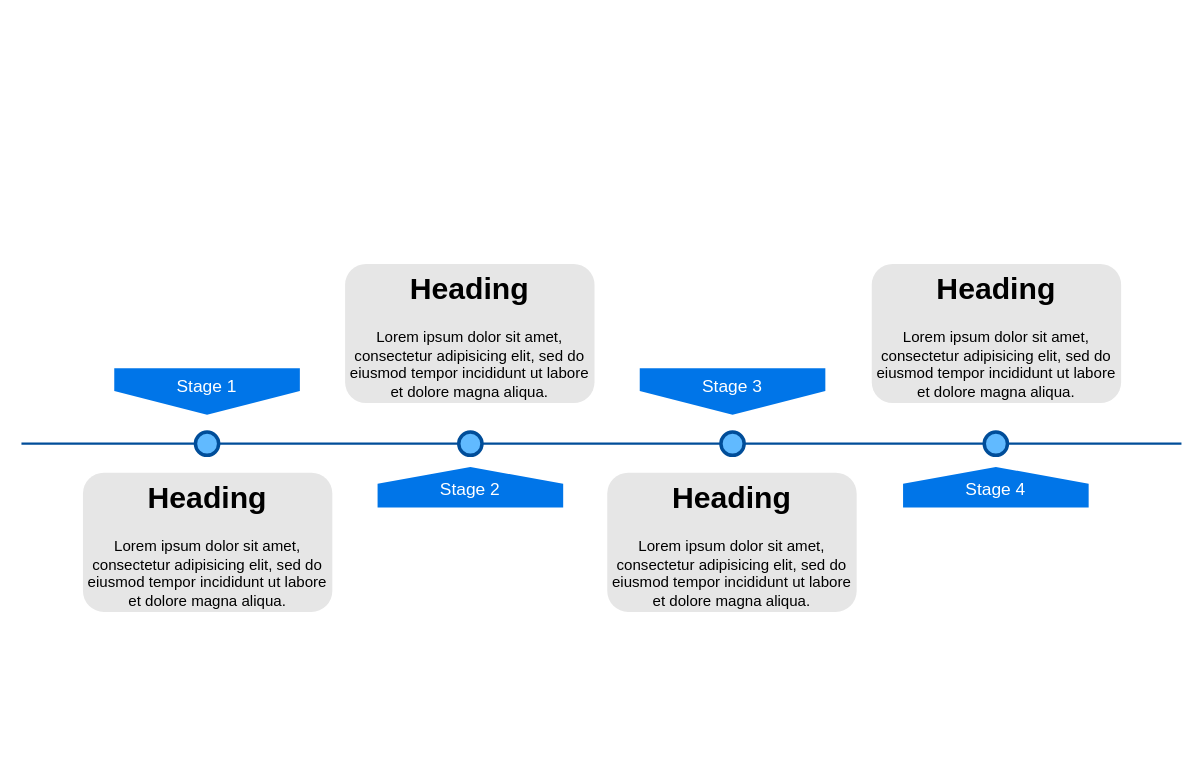
Before: Untitled Diagram.drawio in bilalbenma/codingGame, a draw.io diagram. Source tidied: cells renumbered, new cells numbered last; positions are measured from the earlier drawing's top-left corner, leaving out a move shared by most shapes. Both pictures are drawn from the tidied source at 116%, with x=0, y=0 at pixel (21, 263).
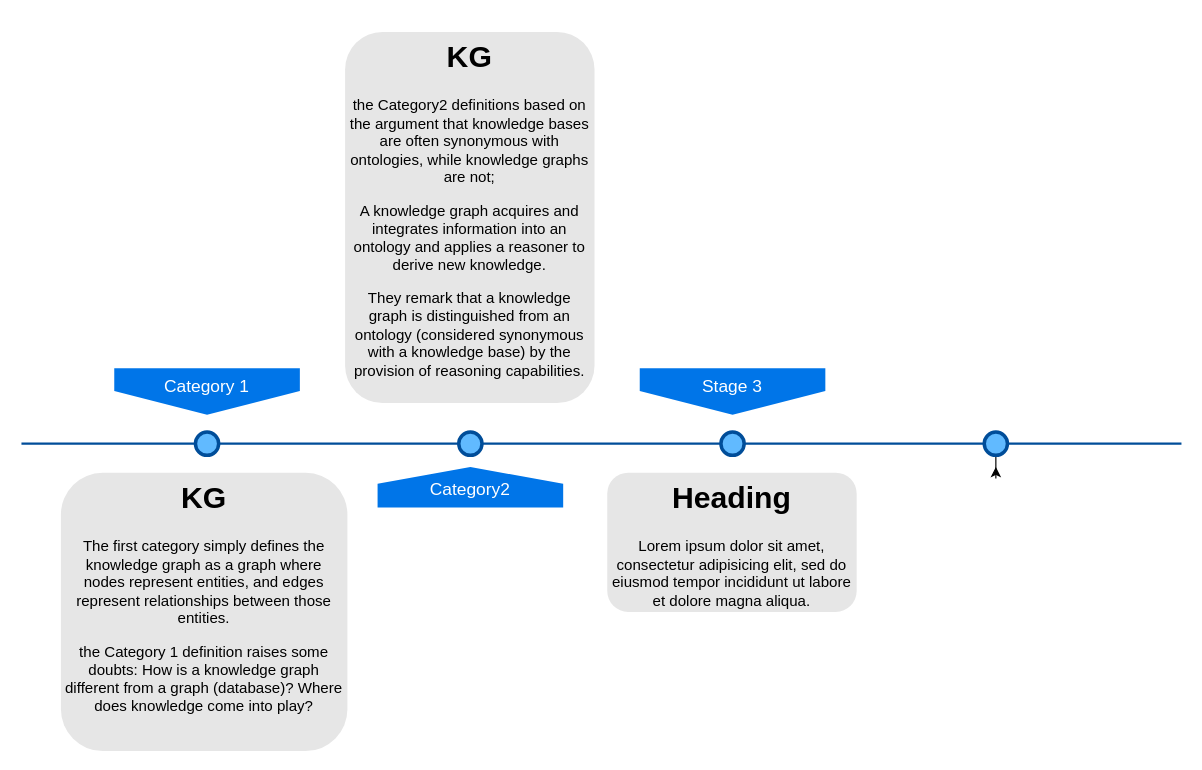
After the change.

The edit, as a diff of the source:
```diff
@@
 <mxGraphModel>
   <root>
     <mxCell id="0" />
     <mxCell id="1" parent="0" />
     <mxCell id="2" style="line;strokeWidth=2;html=1;fillColor=none;fontSize=28;fontColor=#004D99;strokeColor=#004D99;" parent="1" vertex="1">
       <mxGeometry y="150" width="1000" height="10" as="geometry" />
     </mxCell>
-    <mxCell id="3" value="Stage 1" style="shape=offPageConnector;whiteSpace=wrap;html=1;fillColor=#0075E8;fontSize=15;fontColor=#FFFFFF;size=0.5093750000000015;verticalAlign=top;strokeColor=none;" parent="1" vertex="1">
+    <mxCell id="3" value="Category 1" style="shape=offPageConnector;whiteSpace=wrap;html=1;fillColor=#0075E8;fontSize=15;fontColor=#FFFFFF;size=0.5093750000000015;verticalAlign=top;strokeColor=none;" parent="1" vertex="1">
       <mxGeometry x="80" y="90" width="160" height="40" as="geometry" />
     </mxCell>
     <mxCell id="4" value="&lt;span&gt;Stage 3&lt;/span&gt;" style="shape=offPageConnector;whiteSpace=wrap;html=1;fillColor=#0075E8;fontSize=15;fontColor=#FFFFFF;size=0.5093750000000015;verticalAlign=top;strokeColor=none;" parent="1" vertex="1">
       <mxGeometry x="533" y="90" width="160" height="40" as="geometry" />
     </mxCell>
-    <mxCell id="5" value="&lt;span&gt;Stage 2&lt;/span&gt;" style="shape=offPageConnector;whiteSpace=wrap;html=1;fillColor=#0075E8;fontSize=15;fontColor=#FFFFFF;size=0.4178571428571445;flipV=1;verticalAlign=bottom;strokeColor=none;spacingBottom=4;" parent="1" vertex="1">
+    <mxCell id="5" value="Category2" style="shape=offPageConnector;whiteSpace=wrap;html=1;fillColor=#0075E8;fontSize=15;fontColor=#FFFFFF;size=0.4178571428571445;flipV=1;verticalAlign=bottom;strokeColor=none;spacingBottom=4;" parent="1" vertex="1">
       <mxGeometry x="307" y="175" width="160" height="35" as="geometry" />
     </mxCell>
-    <mxCell id="6" value="&lt;span&gt;Stage 4&lt;/span&gt;" style="shape=offPageConnector;whiteSpace=wrap;html=1;fillColor=#0075E8;fontSize=15;fontColor=#FFFFFF;size=0.4178571428571445;flipV=1;verticalAlign=bottom;strokeColor=none;spacingBottom=4;" parent="1" vertex="1">
-      <mxGeometry x="760" y="175" width="160" height="35" as="geometry" />
-    </mxCell>
     <mxCell id="7" style="ellipse;whiteSpace=wrap;html=1;fillColor=#61BAFF;fontSize=28;fontColor=#004D99;strokeWidth=3;strokeColor=#004D99;" parent="1" vertex="1">
       <mxGeometry x="150" y="145" width="20" height="20" as="geometry" />
     </mxCell>
     <mxCell id="8" style="ellipse;whiteSpace=wrap;html=1;fillColor=#61BAFF;fontSize=28;fontColor=#004D99;strokeWidth=3;strokeColor=#004D99;" parent="1" vertex="1">
       <mxGeometry x="377" y="145" width="20" height="20" as="geometry" />
     </mxCell>
     <mxCell id="9" style="ellipse;whiteSpace=wrap;html=1;fillColor=#61BAFF;fontSize=28;fontColor=#004D99;strokeWidth=3;strokeColor=#004D99;" parent="1" vertex="1">
       <mxGeometry x="603" y="145" width="20" height="20" as="geometry" />
     </mxCell>
+    <mxCell id="15" style="edgeStyle=orthogonalEdgeStyle;rounded=0;jettySize=auto;html=1;" parent="1" edge="1" source="10">
+      <mxGeometry relative="1" as="geometry">
+        <mxPoint x="840" y="175" as="targetPoint" />
+      </mxGeometry>
+    </mxCell>
     <mxCell id="10" style="ellipse;whiteSpace=wrap;html=1;fillColor=#61BAFF;fontSize=28;fontColor=#004D99;strokeWidth=3;strokeColor=#004D99;" parent="1" vertex="1">
       <mxGeometry x="830" y="145" width="20" height="20" as="geometry" />
     </mxCell>
-    <mxCell id="11" value="&lt;h1&gt;Heading&lt;/h1&gt;&lt;p&gt;Lorem ipsum dolor sit amet, consectetur adipisicing elit, sed do eiusmod tempor incididunt ut labore et dolore magna aliqua.&lt;/p&gt;" style="text;html=1;spacing=5;spacingTop=-20;whiteSpace=wrap;overflow=hidden;strokeColor=none;strokeWidth=3;fillColor=#E6E6E6;fontSize=13;fontColor=#000000;align=center;rounded=1;" parent="1" vertex="1">
-      <mxGeometry x="53" y="180" width="215" height="120" as="geometry" />
+    <mxCell id="11" value="&lt;h1&gt;KG&lt;/h1&gt;&lt;p&gt;The first category simply defines the knowledge graph as a graph where nodes represent entities, and edges represent relationships between those entities.&lt;/p&gt;&lt;p&gt;the Category 1 definition raises some doubts: How is a knowledge graph different from a graph (database)? Where does knowledge come into play?&lt;br&gt;&lt;/p&gt;" style="text;html=1;spacing=5;spacingTop=-20;whiteSpace=wrap;overflow=hidden;strokeColor=none;strokeWidth=3;fillColor=#E6E6E6;fontSize=13;fontColor=#000000;align=center;rounded=1;" parent="1" vertex="1">
+      <mxGeometry x="34" y="180" width="247" height="240" as="geometry" />
     </mxCell>
-    <mxCell id="12" value="&lt;h1&gt;Heading&lt;/h1&gt;&lt;p&gt;Lorem ipsum dolor sit amet, consectetur adipisicing elit, sed do eiusmod tempor incididunt ut labore et dolore magna aliqua.&lt;/p&gt;" style="text;html=1;spacing=5;spacingTop=-20;whiteSpace=wrap;overflow=hidden;strokeColor=none;strokeWidth=3;fillColor=#E6E6E6;fontSize=13;fontColor=#000000;align=center;rounded=1;" parent="1" vertex="1">
-      <mxGeometry x="279" width="215" height="120" as="geometry" />
+    <mxCell id="12" value="&lt;h1&gt;KG&lt;br&gt;&lt;/h1&gt;&lt;p&gt;the Category2 definitions based on the argument that knowledge bases are often synonymous with ontologies, while knowledge graphs are not;&lt;/p&gt;&lt;p&gt;A knowledge graph acquires and integrates information into an ontology and applies a reasoner to derive new knowledge.&lt;/p&gt;&lt;p&gt;They remark that a knowledge graph is distinguished from an ontology (considered synonymous with a knowledge base) by the provision of reasoning capabilities.&lt;br&gt;&lt;/p&gt;" style="text;html=1;spacing=5;spacingTop=-20;whiteSpace=wrap;overflow=hidden;strokeColor=none;strokeWidth=3;fillColor=#E6E6E6;fontSize=13;fontColor=#000000;align=center;rounded=1;" parent="1" vertex="1">
+      <mxGeometry x="279" y="-200" width="215" height="320" as="geometry" />
     </mxCell>
     <mxCell id="13" value="&lt;h1&gt;Heading&lt;/h1&gt;&lt;p&gt;Lorem ipsum dolor sit amet, consectetur adipisicing elit, sed do eiusmod tempor incididunt ut labore et dolore magna aliqua.&lt;/p&gt;" style="text;html=1;spacing=5;spacingTop=-20;whiteSpace=wrap;overflow=hidden;strokeColor=none;strokeWidth=3;fillColor=#E6E6E6;fontSize=13;fontColor=#000000;align=center;rounded=1;" parent="1" vertex="1">
       <mxGeometry x="505" y="180" width="215" height="120" as="geometry" />
     </mxCell>
-    <mxCell id="14" value="&lt;h1&gt;Heading&lt;/h1&gt;&lt;p&gt;Lorem ipsum dolor sit amet, consectetur adipisicing elit, sed do eiusmod tempor incididunt ut labore et dolore magna aliqua.&lt;/p&gt;" style="text;html=1;spacing=5;spacingTop=-20;whiteSpace=wrap;overflow=hidden;strokeColor=none;strokeWidth=3;fillColor=#E6E6E6;fontSize=13;fontColor=#000000;align=center;rounded=1;" parent="1" vertex="1">
-      <mxGeometry x="733" width="215" height="120" as="geometry" />
-    </mxCell>
   </root>
 </mxGraphModel>
```
